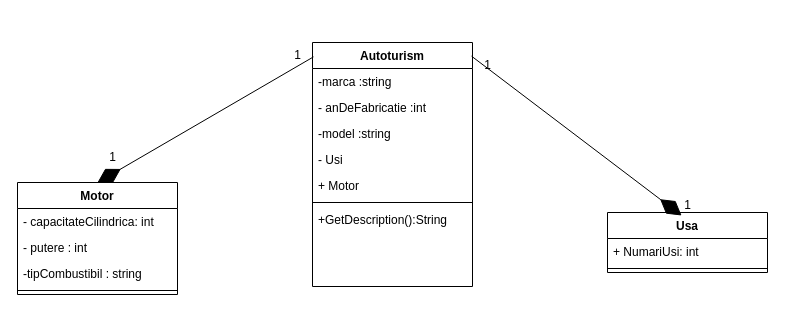
This is Lab7Ex/Loab7Ex1.drawio from illei/Lab7Ex1, a draw.io file, before an edit. Source tidied: cells renumbered, new cells numbered last; positions are measured from the earlier drawing's top-left corner, leaving out a move shared by most shapes. Both pictures are drawn from the tidied source at 100%, with x=0, y=0 at pixel (17, 40).
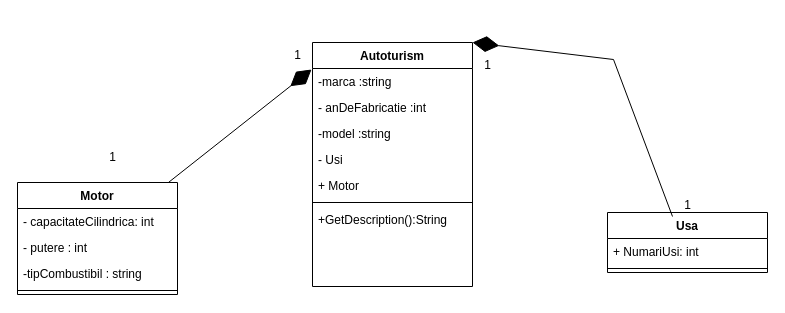
The same page after the edit.

The change refers to these unchanged cells:
```xml
<mxCell id="2" value="Autoturism" style="swimlane;fontStyle=1;align=center;verticalAlign=top;horizontal=1;startSize=26;whiteSpace=wrap;html=1;" parent="1" vertex="1">
  <mxGeometry x="295" y="2" width="160" height="244" as="geometry" />
</mxCell>
<mxCell id="10" value="Motor" style="swimlane;fontStyle=1;align=center;verticalAlign=top;horizontal=1;startSize=26;whiteSpace=wrap;html=1;" parent="1" vertex="1">
  <mxGeometry y="142" width="160" height="112" as="geometry" />
</mxCell>
<mxCell id="15" value="Usa" style="swimlane;fontStyle=1;align=center;verticalAlign=top;horizontal=1;startSize=26;whiteSpace=wrap;html=1;" parent="1" vertex="1">
  <mxGeometry x="590" y="172" width="160" height="60" as="geometry" />
</mxCell>
<mxCell id="20" value="1" style="text;html=1;align=center;verticalAlign=middle;points=[];strokeColor=none;fillColor=none;" parent="1" vertex="1">
  <mxGeometry x="265" width="30" height="30" as="geometry" />
</mxCell>
<mxCell id="23" value="1" style="text;html=1;align=center;verticalAlign=middle;points=[];strokeColor=none;fillColor=none;" parent="1" vertex="1">
  <mxGeometry x="655" y="150" width="30" height="30" as="geometry" />
</mxCell>
```

The edit, as a diff of the source:
```diff
@@
-    <mxCell id="18" style="endArrow=diamondThin;endFill=1;endSize=24;html=1;rounded=0;entryX=0.5;entryY=0;entryDx=0;entryDy=0;exitX=0.006;exitY=0.059;exitDx=0;exitDy=0;exitPerimeter=0;" parent="1" edge="1" source="2" target="10">
+    <mxCell id="18" style="endArrow=diamondThin;endFill=1;endSize=24;html=1;rounded=0;entryX=0.967;entryY=0.967;entryDx=0;entryDy=0;entryPerimeter=0;" parent="1" edge="1" source="10" target="20">
       <mxGeometry relative="1" as="geometry" />
     </mxCell>
-    <mxCell id="19" style="endArrow=diamondThin;endFill=1;endSize=24;html=1;rounded=0;entryX=0.463;entryY=0.05;entryDx=0;entryDy=0;exitX=0.994;exitY=0.056;exitDx=0;exitDy=0;exitPerimeter=0;entryPerimeter=0;" parent="1" edge="1" source="2" target="15">
-      <mxGeometry relative="1" as="geometry" />
+    <mxCell id="19" style="endArrow=diamondThin;endFill=1;endSize=24;html=1;rounded=0;entryX=1;entryY=0;entryDx=0;entryDy=0;exitX=0;exitY=0.867;exitDx=0;exitDy=0;exitPerimeter=0;" parent="1" edge="1" source="23" target="2">
+      <mxGeometry relative="1" as="geometry">
+        <Array as="points">
+          <mxPoint x="596" y="19" />
+        </Array>
+      </mxGeometry>
     </mxCell>
```
